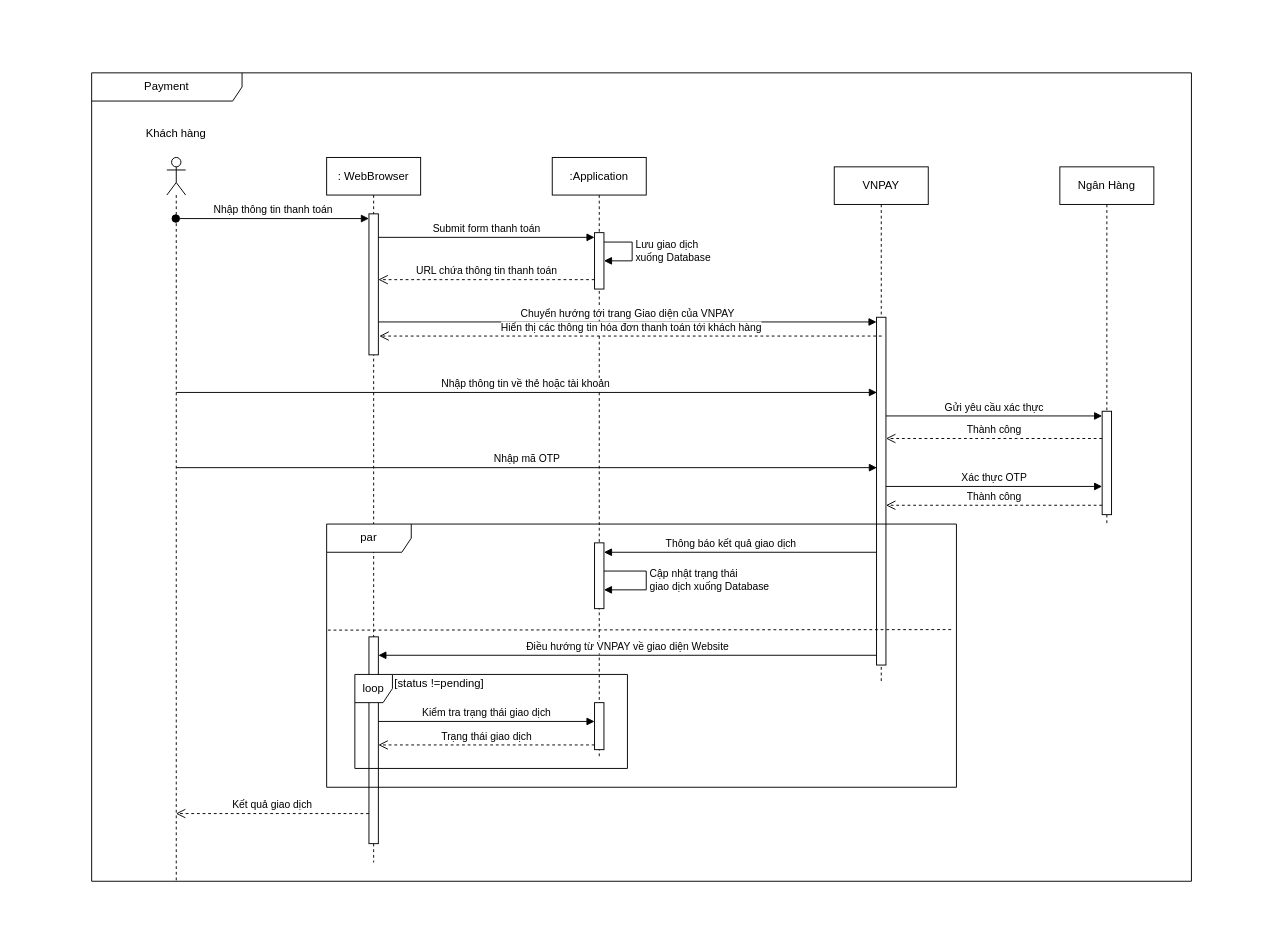
Above: Sequence Diagram/Payment.drawio in dvhAoU1374/IT3120-PTTKHT (draw.io), before the change. Source tidied: cells renumbered, new cells numbered last; positions are measured from the earlier drawing's top-left corner, leaving out a move shared by most shapes. Both pictures are drawn from the tidied source at 94%, with x=0, y=0 at pixel (91, 72).
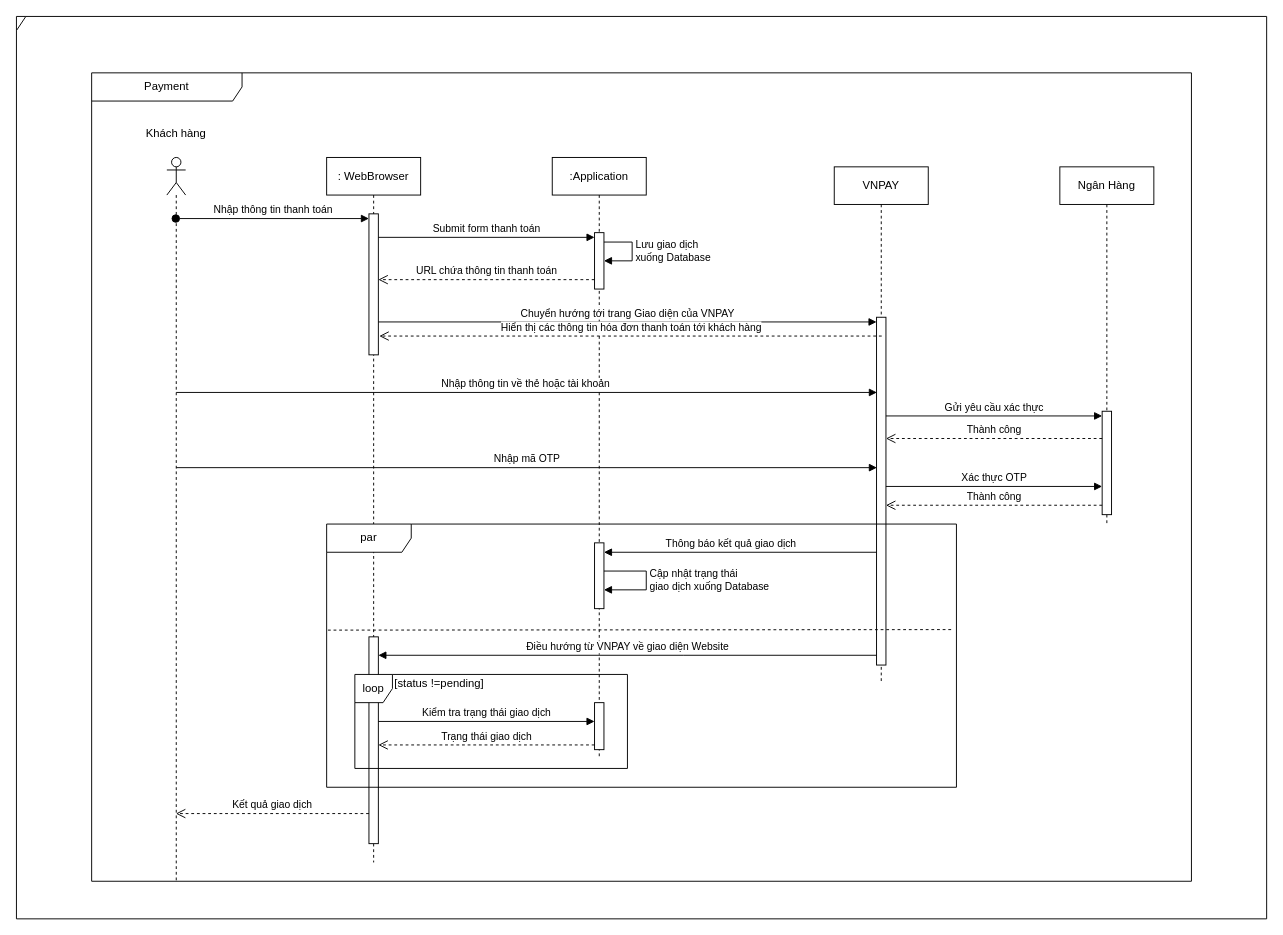
The same page after the edit.

The edit, as a diff of the source:
```diff
@@
+    <mxCell id="38" style="shape=umlFrame;whiteSpace=wrap;html=1;width=10;height=15;" parent="1" vertex="1">
+      <mxGeometry x="-80" y="-60" width="1330" height="960" as="geometry" />
+    </mxCell>
```
